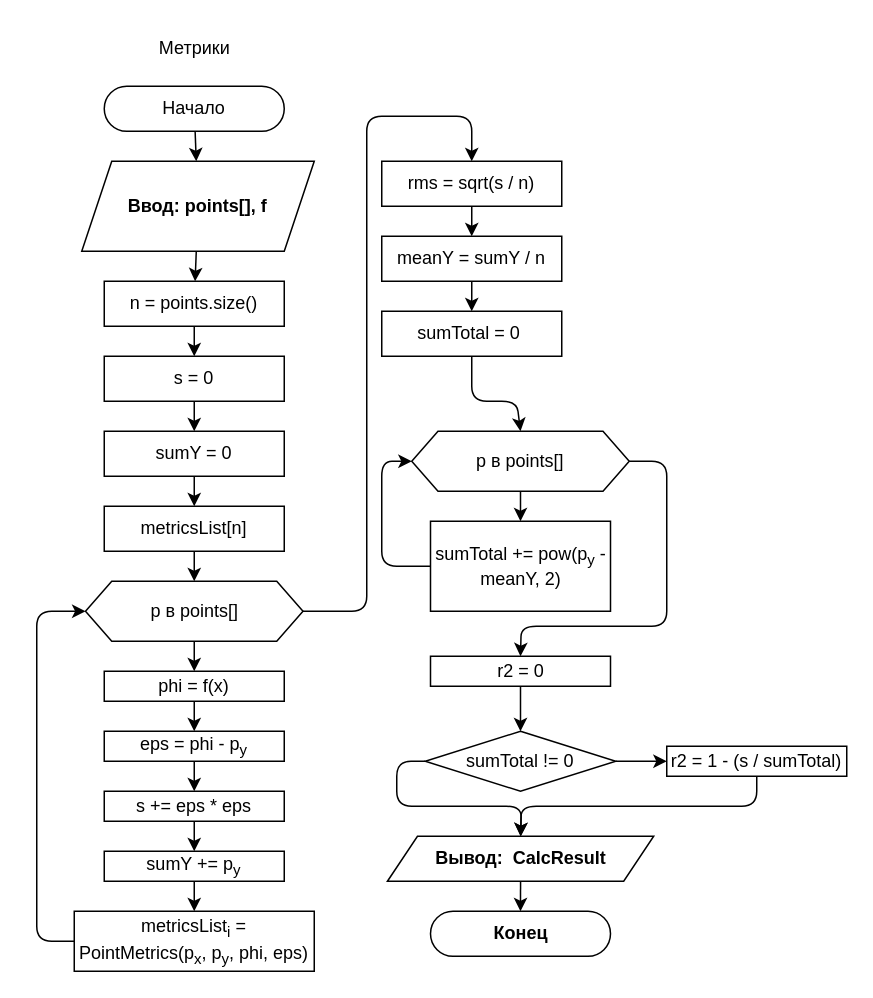
Before: docs/schemes/metrics.drawio in SE-Itmo-Labs/nm-sem4-lab6, a draw.io diagram. Source tidied: cells renumbered, new cells numbered last; positions are measured from the earlier drawing's top-left corner, leaving out a move shared by most shapes. Both pictures are drawn from the tidied source at 150%, with x=0, y=0 at pixel (36, 26).
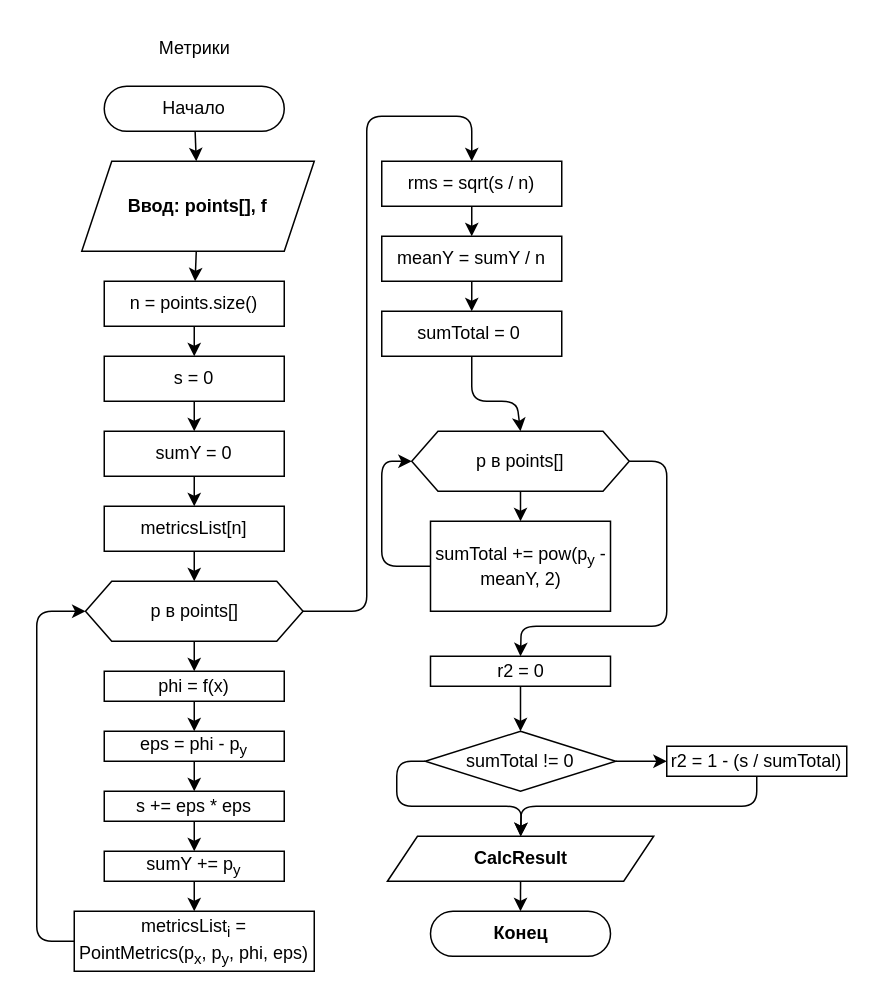
The same diagram, later.

Change to the diagram source:
```diff
@@
-    <mxCell id="47" value="Вывод:&amp;nbsp; CalcResult" style="shape=parallelogram;perimeter=parallelogramPerimeter;whiteSpace=wrap;html=1;fixedSize=1;fontStyle=1;" parent="1" vertex="1">
+    <mxCell id="47" value="CalcResult" style="shape=parallelogram;perimeter=parallelogramPerimeter;whiteSpace=wrap;html=1;fixedSize=1;fontStyle=1;" parent="1" vertex="1">
       <mxGeometry x="233.8" y="540" width="177.5" height="30" as="geometry" />
     </mxCell>
```
